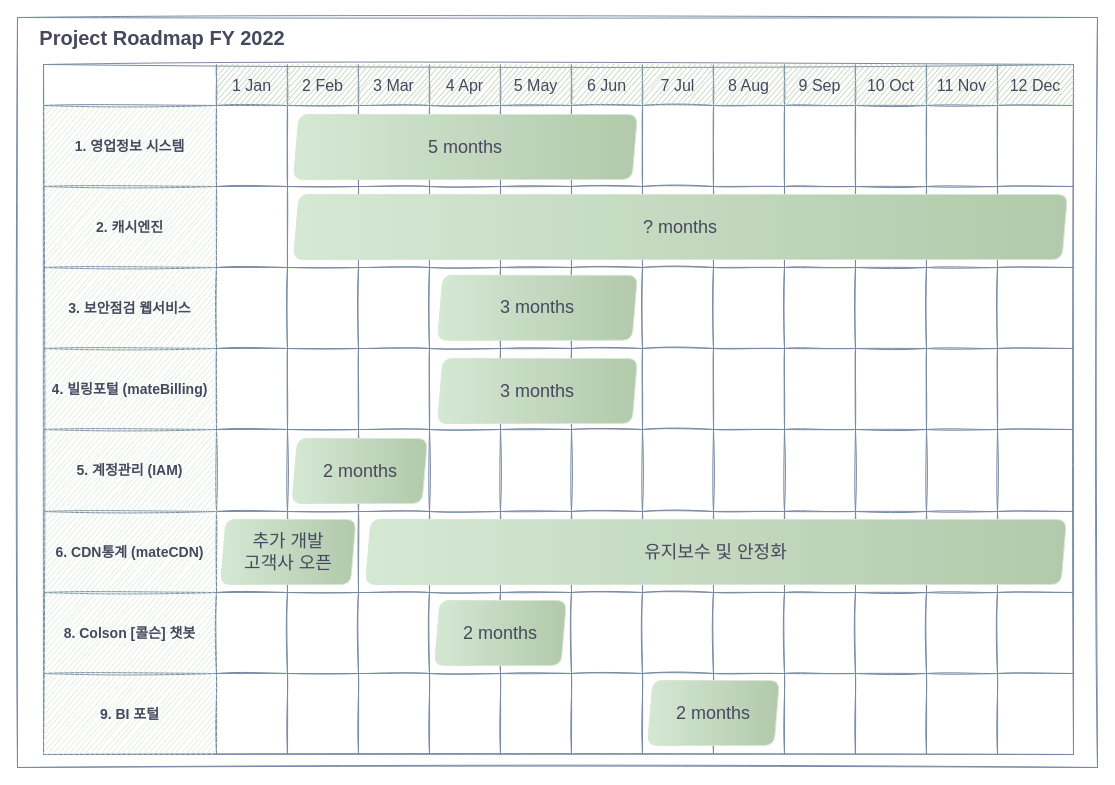
rokag3-gb/draw.io keeps this draw.io diagram as page "프로젝트 로드맵" (1 of 4) of Project List.drawio. Above is the earlier version. Source tidied: cells renumbered, new cells numbered last; positions are measured from the earlier drawing's top-left corner, leaving out a move shared by most shapes. Both pictures are drawn from the tidied source at 100%, with x=0, y=0 at pixel (17, 17).
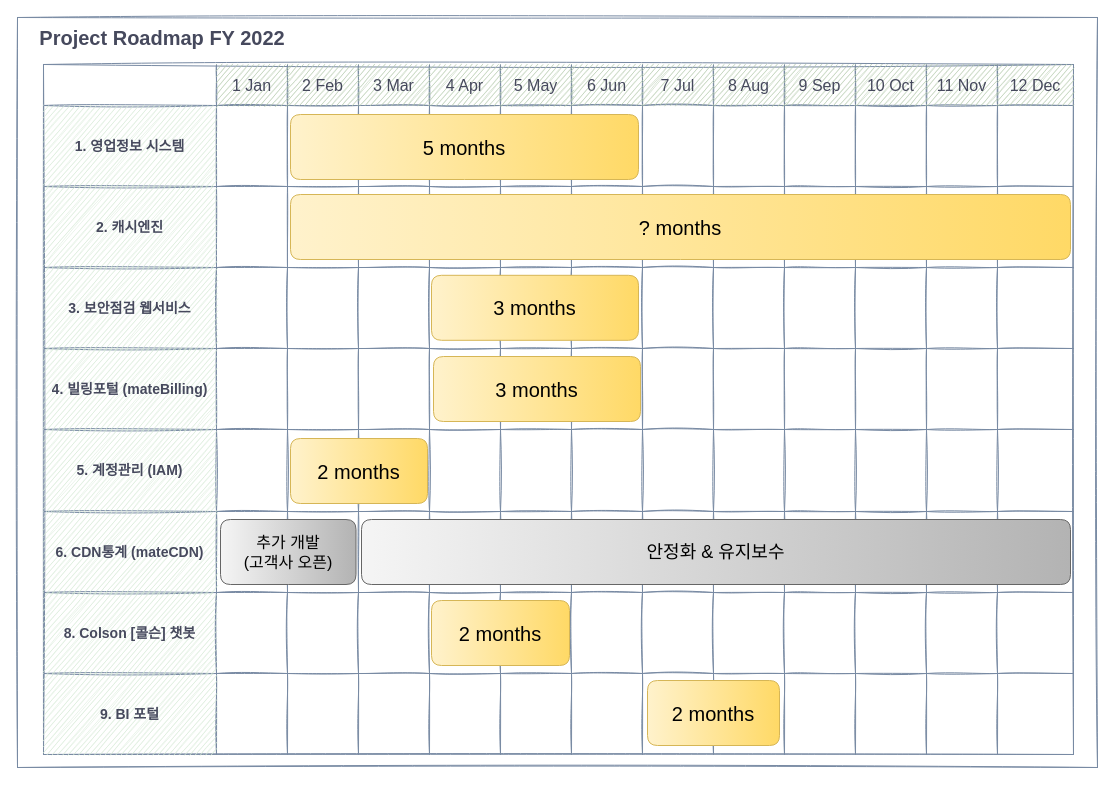
The same page after the edit.

What changed in the source:
```diff
@@
-    <mxCell id="131" value="2 months" style="shape=parallelogram;perimeter=parallelogramPerimeter;whiteSpace=wrap;html=1;fixedSize=1;fontSize=18;verticalAlign=middle;dashed=0;fontStyle=0;rounded=1;size=5.5;spacing=10;fillColor=#D5E8D4;strokeColor=#D5E8D4;fontColor=#46495D;sketch=0;fillStyle=auto;gradientColor=#B2C9AB;shadow=0;gradientDirection=east;" parent="1" vertex="1">
-      <mxGeometry x="274.5" y="421" width="135.5" height="65" as="geometry" />
+    <mxCell id="131" value="2 months" style="shape=parallelogram;perimeter=parallelogramPerimeter;whiteSpace=wrap;html=1;fixedSize=1;fontSize=20;verticalAlign=middle;dashed=0;fontStyle=0;rounded=1;size=-4.5;spacing=10;fillColor=#fff2cc;strokeColor=#d6b656;sketch=0;fillStyle=auto;gradientColor=#ffd966;shadow=0;gradientDirection=east;" parent="1" vertex="1">
+      <mxGeometry x="273" y="421" width="137" height="65" as="geometry" />
     </mxCell>
-    <mxCell id="132" value="5 months" style="shape=parallelogram;perimeter=parallelogramPerimeter;whiteSpace=wrap;html=1;fixedSize=1;fontSize=18;verticalAlign=middle;dashed=0;fontStyle=0;rounded=1;size=5.5;spacing=10;fillColor=#D5E8D4;strokeColor=#D5E8D4;fontColor=#46495D;sketch=0;fillStyle=auto;gradientColor=#B2C9AB;shadow=0;gradientDirection=east;" parent="1" vertex="1">
-      <mxGeometry x="276" y="97" width="344" height="65" as="geometry" />
+    <mxCell id="132" value="5 months" style="shape=parallelogram;perimeter=parallelogramPerimeter;whiteSpace=wrap;html=1;fixedSize=1;fontSize=20;verticalAlign=middle;dashed=0;fontStyle=0;rounded=1;size=-16;spacing=10;fillColor=#fff2cc;strokeColor=#d6b656;sketch=0;fillStyle=auto;shadow=0;gradientDirection=east;gradientColor=#ffd966;" parent="1" vertex="1">
+      <mxGeometry x="273" y="97" width="348" height="65" as="geometry" />
     </mxCell>
-    <mxCell id="133" value="? months" style="shape=parallelogram;perimeter=parallelogramPerimeter;whiteSpace=wrap;html=1;fixedSize=1;fontSize=18;verticalAlign=middle;dashed=0;fontStyle=0;rounded=1;size=5.5;spacing=10;fillColor=#D5E8D4;strokeColor=#D5E8D4;fontColor=#46495D;sketch=0;fillStyle=auto;gradientColor=#B2C9AB;shadow=0;gradientDirection=east;" parent="1" vertex="1">
-      <mxGeometry x="276" y="177" width="774" height="65" as="geometry" />
+    <mxCell id="133" value="? months" style="shape=parallelogram;perimeter=parallelogramPerimeter;whiteSpace=wrap;html=1;fixedSize=1;fontSize=20;verticalAlign=middle;dashed=0;fontStyle=0;rounded=1;size=-36;spacing=10;fillColor=#fff2cc;strokeColor=#d6b656;sketch=0;fillStyle=auto;gradientColor=#ffd966;shadow=0;gradientDirection=east;" parent="1" vertex="1">
+      <mxGeometry x="273" y="177" width="780" height="65" as="geometry" />
     </mxCell>
-    <mxCell id="134" value="3 months" style="shape=parallelogram;perimeter=parallelogramPerimeter;whiteSpace=wrap;html=1;fixedSize=1;fontSize=18;verticalAlign=middle;dashed=0;fontStyle=0;rounded=1;size=5.5;spacing=10;fillColor=#D5E8D4;strokeColor=#D5E8D4;fontColor=#46495D;sketch=0;fillStyle=auto;gradientColor=#B2C9AB;shadow=0;gradientDirection=east;" parent="1" vertex="1">
-      <mxGeometry x="420" y="341" width="200" height="65" as="geometry" />
-    </mxCell>
-    <mxCell id="135" value="유지보수 및 안정화" style="shape=parallelogram;perimeter=parallelogramPerimeter;whiteSpace=wrap;html=1;fixedSize=1;fontSize=18;verticalAlign=middle;dashed=0;fontStyle=0;rounded=1;size=5.5;spacing=10;fillColor=#D5E8D4;strokeColor=#D5E8D4;fontColor=#46495D;sketch=0;fillStyle=auto;gradientColor=#B2C9AB;shadow=0;gradientDirection=east;" parent="1" vertex="1">
-      <mxGeometry x="348" y="502" width="701" height="65" as="geometry" />
+    <mxCell id="135" value="안정화 &amp;amp; 유지보수" style="shape=parallelogram;perimeter=parallelogramPerimeter;whiteSpace=wrap;html=1;fixedSize=1;fontSize=18;verticalAlign=middle;dashed=0;fontStyle=0;rounded=1;size=-18;spacing=10;fillColor=#f5f5f5;strokeColor=#666666;sketch=0;fillStyle=auto;shadow=0;gradientDirection=east;gradientColor=#b3b3b3;" parent="1" vertex="1">
+      <mxGeometry x="344" y="502" width="709" height="65" as="geometry" />
     </mxCell>
-    <mxCell id="136" value="3 months" style="shape=parallelogram;perimeter=parallelogramPerimeter;whiteSpace=wrap;html=1;fixedSize=1;fontSize=18;verticalAlign=middle;dashed=0;fontStyle=0;rounded=1;size=5.5;spacing=10;fillColor=#D5E8D4;strokeColor=#D5E8D4;fontColor=#46495D;sketch=0;fillStyle=auto;gradientColor=#B2C9AB;shadow=0;gradientDirection=east;" parent="1" vertex="1">
-      <mxGeometry x="420" y="257.8" width="200" height="65" as="geometry" />
+    <mxCell id="136" value="3 months" style="shape=parallelogram;perimeter=parallelogramPerimeter;whiteSpace=wrap;html=1;fixedSize=1;fontSize=20;verticalAlign=middle;dashed=0;fontStyle=0;rounded=1;size=-10;spacing=10;fillColor=#fff2cc;strokeColor=#d6b656;sketch=0;fillStyle=auto;gradientColor=#ffd966;shadow=0;gradientDirection=east;" parent="1" vertex="1">
+      <mxGeometry x="414" y="257.8" width="207" height="65" as="geometry" />
     </mxCell>
-    <mxCell id="137" value="2 months" style="shape=parallelogram;perimeter=parallelogramPerimeter;whiteSpace=wrap;html=1;fixedSize=1;fontSize=18;verticalAlign=middle;dashed=0;fontStyle=0;rounded=1;size=5.5;spacing=10;fillColor=#D5E8D4;strokeColor=#D5E8D4;fontColor=#46495D;sketch=0;fillStyle=auto;gradientColor=#B2C9AB;shadow=0;gradientDirection=east;" parent="1" vertex="1">
-      <mxGeometry x="417" y="583" width="132" height="65" as="geometry" />
+    <mxCell id="137" value="2 months" style="shape=parallelogram;perimeter=parallelogramPerimeter;whiteSpace=wrap;html=1;fixedSize=1;fontSize=20;verticalAlign=middle;dashed=0;fontStyle=0;rounded=1;size=-17;spacing=10;fillColor=#fff2cc;strokeColor=#d6b656;sketch=0;fillStyle=auto;gradientColor=#ffd966;shadow=0;gradientDirection=east;" parent="1" vertex="1">
+      <mxGeometry x="414" y="583" width="138" height="65" as="geometry" />
     </mxCell>
-    <mxCell id="138" value="2 months" style="shape=parallelogram;perimeter=parallelogramPerimeter;whiteSpace=wrap;html=1;fixedSize=1;fontSize=18;verticalAlign=middle;dashed=0;fontStyle=0;rounded=1;size=5.5;spacing=10;fillColor=#D5E8D4;strokeColor=#D5E8D4;fontColor=#46495D;sketch=0;fillStyle=auto;gradientColor=#B2C9AB;shadow=0;gradientDirection=east;" parent="1" vertex="1">
+    <mxCell id="138" value="2 months" style="shape=parallelogram;perimeter=parallelogramPerimeter;whiteSpace=wrap;html=1;fixedSize=1;fontSize=20;verticalAlign=middle;dashed=0;fontStyle=0;rounded=1;size=-20;spacing=10;fillColor=#fff2cc;strokeColor=#d6b656;sketch=0;fillStyle=auto;gradientColor=#ffd966;shadow=0;gradientDirection=east;" parent="1" vertex="1">
       <mxGeometry x="630" y="663" width="132" height="65" as="geometry" />
     </mxCell>
-    <mxCell id="139" value="추가 개발&lt;br&gt;고객사 오픈" style="shape=parallelogram;perimeter=parallelogramPerimeter;whiteSpace=wrap;html=1;fixedSize=1;fontSize=18;verticalAlign=middle;dashed=0;fontStyle=0;rounded=1;size=5.5;spacing=10;fillColor=#D5E8D4;strokeColor=#D5E8D4;fontColor=#46495D;sketch=0;fillStyle=auto;gradientColor=#B2C9AB;shadow=0;gradientDirection=east;" parent="1" vertex="1">
+    <mxCell id="139" value="추가 개발&lt;br style=&quot;font-size: 16px;&quot;&gt;(고객사 오픈)" style="shape=parallelogram;perimeter=parallelogramPerimeter;whiteSpace=wrap;html=1;fixedSize=1;fontSize=16;verticalAlign=middle;dashed=0;fontStyle=0;rounded=1;size=-13;spacing=10;fillColor=#f5f5f5;strokeColor=#666666;sketch=0;fillStyle=auto;shadow=0;gradientDirection=east;gradientColor=#b3b3b3;" parent="1" vertex="1">
       <mxGeometry x="203" y="502" width="135.5" height="65" as="geometry" />
     </mxCell>
+    <mxCell id="134" value="3 months" style="shape=parallelogram;perimeter=parallelogramPerimeter;whiteSpace=wrap;html=1;fixedSize=1;fontSize=20;verticalAlign=middle;dashed=0;fontStyle=0;rounded=1;size=-10;spacing=10;fillColor=#fff2cc;strokeColor=#d6b656;sketch=0;fillStyle=auto;gradientColor=#ffd966;shadow=0;gradientDirection=east;" parent="1" vertex="1">
+      <mxGeometry x="416" y="339" width="207" height="65" as="geometry" />
+    </mxCell>
```
